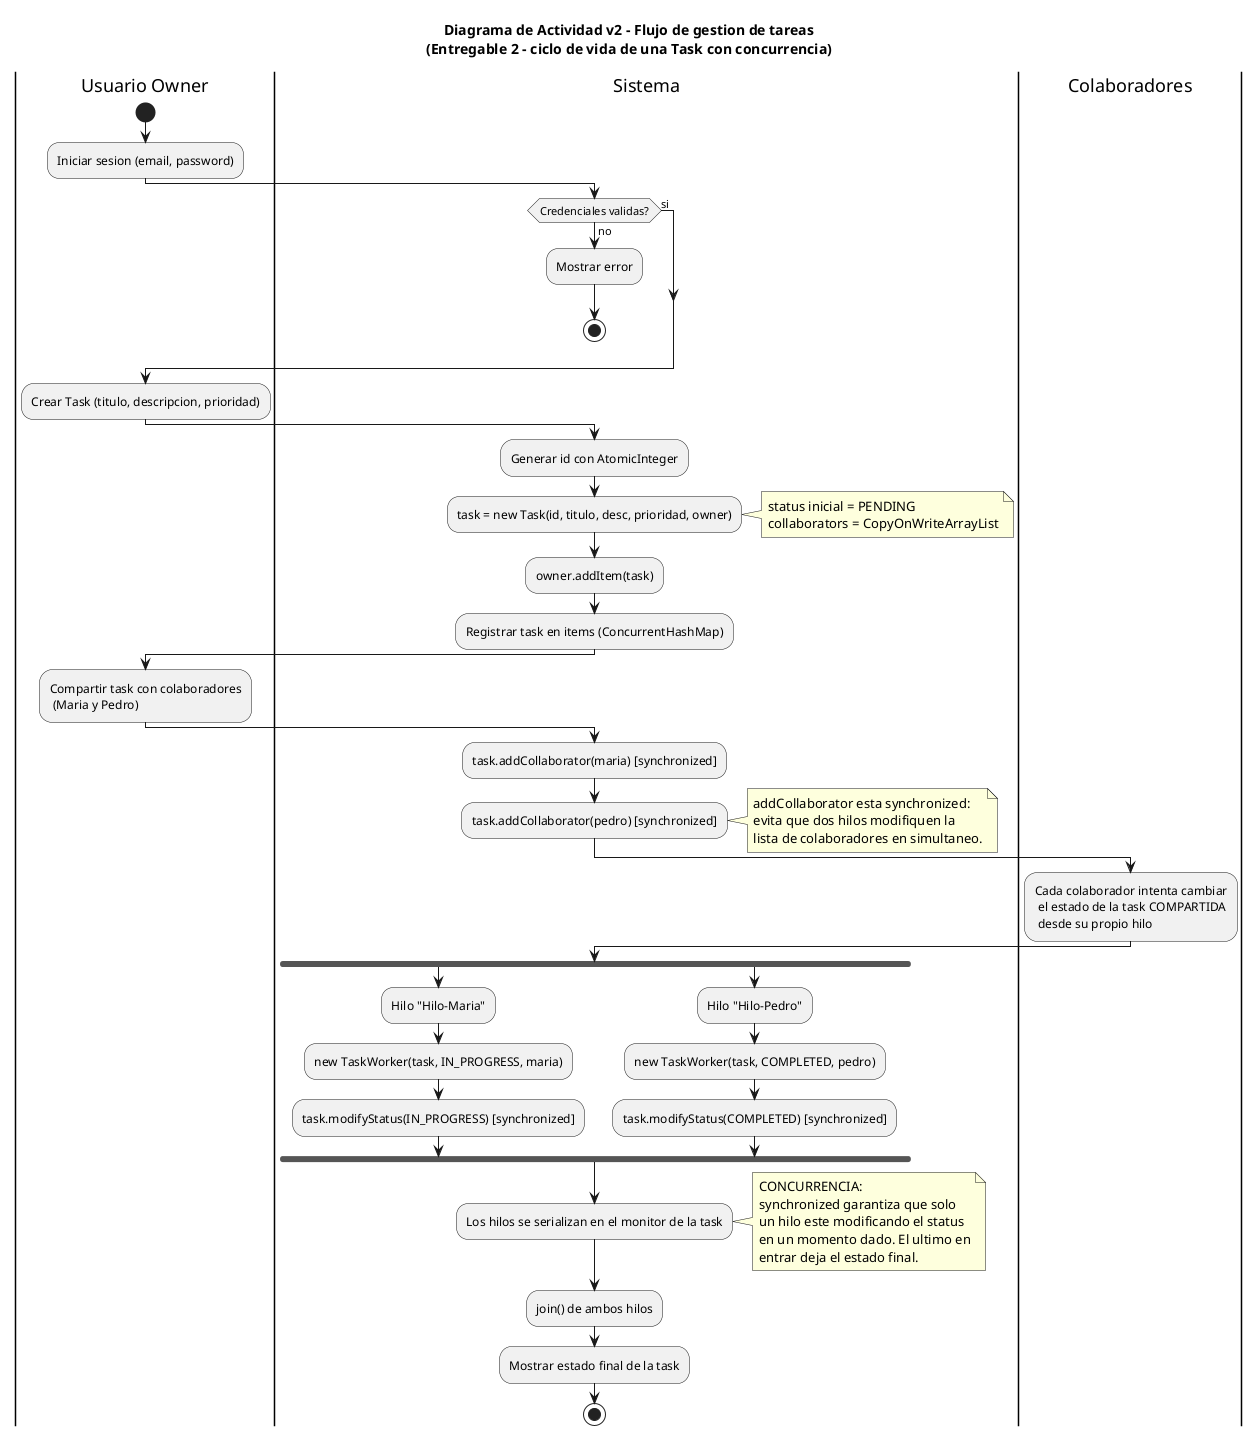
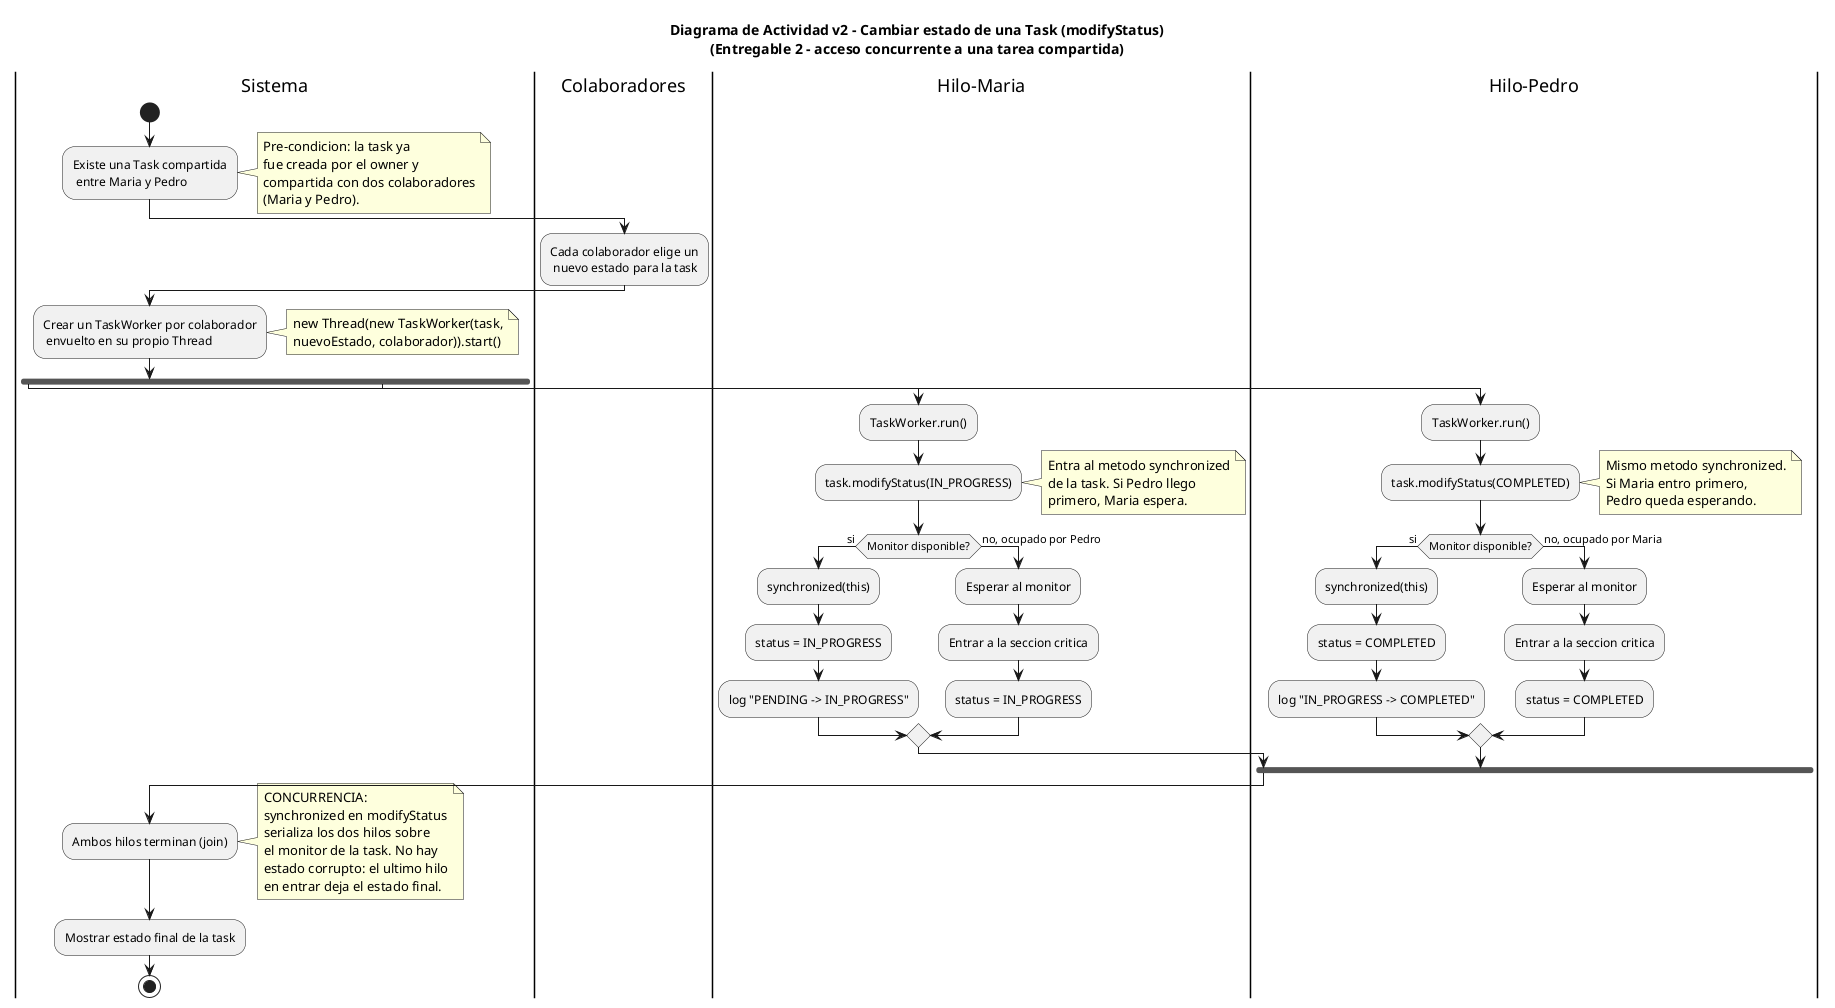
@startuml DiagramaActividadV2
- title Diagrama de Actividad v2 - Flujo de gestion de tareas\n(Entregable 2 - ciclo de vida de una Task con concurrencia)
- 
- |Usuario Owner|
- start
- :Iniciar sesion (email, password);
+ title Diagrama de Actividad v2 - Cambiar estado de una Task (modifyStatus)\n(Entregable 2 - acceso concurrente a una tarea compartida)

|Sistema|
- if (Credenciales validas?) then (no)
-   :Mostrar error;
-   stop
- else (si)
- endif
- 
- |Usuario Owner|
- :Crear Task (titulo, descripcion, prioridad);
- 
- |Sistema|
- :Generar id con AtomicInteger;
- :task = new Task(id, titulo, desc, prioridad, owner);
+ start
+ :Existe una Task compartida
+  entre Maria y Pedro;
note right
-   status inicial = PENDING
-   collaborators = CopyOnWriteArrayList
- end note
- :owner.addItem(task);
- :Registrar task en items (ConcurrentHashMap);
- 
- |Usuario Owner|
- :Compartir task con colaboradores
-  (Maria y Pedro);
- 
- |Sistema|
- :task.addCollaborator(maria) [synchronized];
- :task.addCollaborator(pedro) [synchronized];
- note right
-   addCollaborator esta synchronized:
-   evita que dos hilos modifiquen la
-   lista de colaboradores en simultaneo.
+   Pre-condicion: la task ya
+   fue creada por el owner y
+   compartida con dos colaboradores
+   (Maria y Pedro).
end note

|Colaboradores|
- :Cada colaborador intenta cambiar
-  el estado de la task COMPARTIDA
-  desde su propio hilo;
+ :Cada colaborador elige un
+  nuevo estado para la task;

|Sistema|
+ :Crear un TaskWorker por colaborador
+  envuelto en su propio Thread;
+ note right
+   new Thread(new TaskWorker(task,
+   nuevoEstado, colaborador)).start()
+ end note
+ 
fork
-   :Hilo "Hilo-Maria";
-   :new TaskWorker(task, IN_PROGRESS, maria);
-   :task.modifyStatus(IN_PROGRESS) [synchronized];
+   |Hilo-Maria|
+   :TaskWorker.run();
+   :task.modifyStatus(IN_PROGRESS);
+   note right
+     Entra al metodo synchronized
+     de la task. Si Pedro llego
+     primero, Maria espera.
+   end note
+   if (Monitor disponible?) then (si)
+     :synchronized(this);
+     :status = IN_PROGRESS;
+     :log "PENDING -> IN_PROGRESS";
+   else (no, ocupado por Pedro)
+     :Esperar al monitor;
+     :Entrar a la seccion critica;
+     :status = IN_PROGRESS;
+   endif
fork again
-   :Hilo "Hilo-Pedro";
-   :new TaskWorker(task, COMPLETED, pedro);
-   :task.modifyStatus(COMPLETED) [synchronized];
+   |Hilo-Pedro|
+   :TaskWorker.run();
+   :task.modifyStatus(COMPLETED);
+   note right
+     Mismo metodo synchronized.
+     Si Maria entro primero,
+     Pedro queda esperando.
+   end note
+   if (Monitor disponible?) then (si)
+     :synchronized(this);
+     :status = COMPLETED;
+     :log "IN_PROGRESS -> COMPLETED";
+   else (no, ocupado por Maria)
+     :Esperar al monitor;
+     :Entrar a la seccion critica;
+     :status = COMPLETED;
+   endif
end fork

- :Los hilos se serializan en el monitor de la task;
+ |Sistema|
+ :Ambos hilos terminan (join);
note right
  CONCURRENCIA:
-   synchronized garantiza que solo
-   un hilo este modificando el status
-   en un momento dado. El ultimo en
-   entrar deja el estado final.
+   synchronized en modifyStatus
+   serializa los dos hilos sobre
+   el monitor de la task. No hay
+   estado corrupto: el ultimo hilo
+   en entrar deja el estado final.
end note

- :join() de ambos hilos;
:Mostrar estado final de la task;
stop

@enduml
